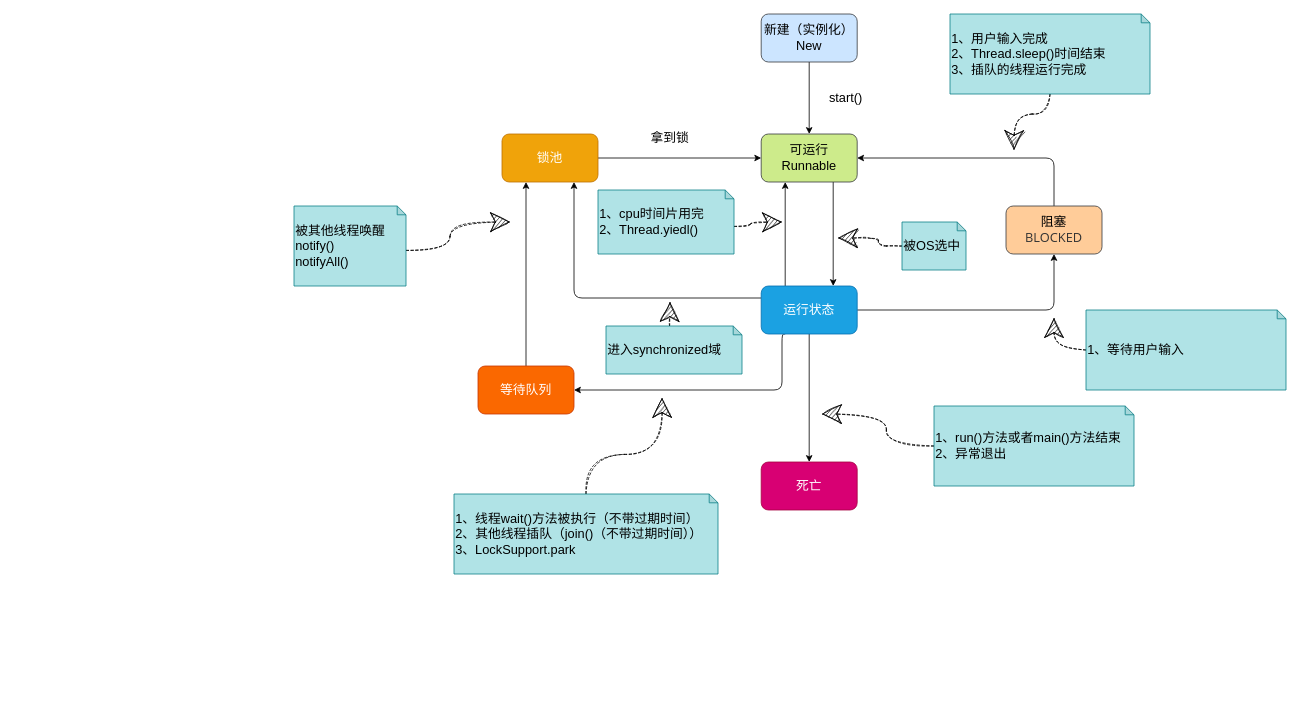
This is 图表文件/多线程/线程状态转换.drawio from Syske/person-learning-note, a draw.io file, before an edit. Source tidied: cells renumbered, new cells numbered last; positions are measured from the earlier drawing's top-left corner, leaving out a move shared by most shapes. Both pictures are drawn from the tidied source at 80%, with x=0, y=0 at pixel (294, 14).
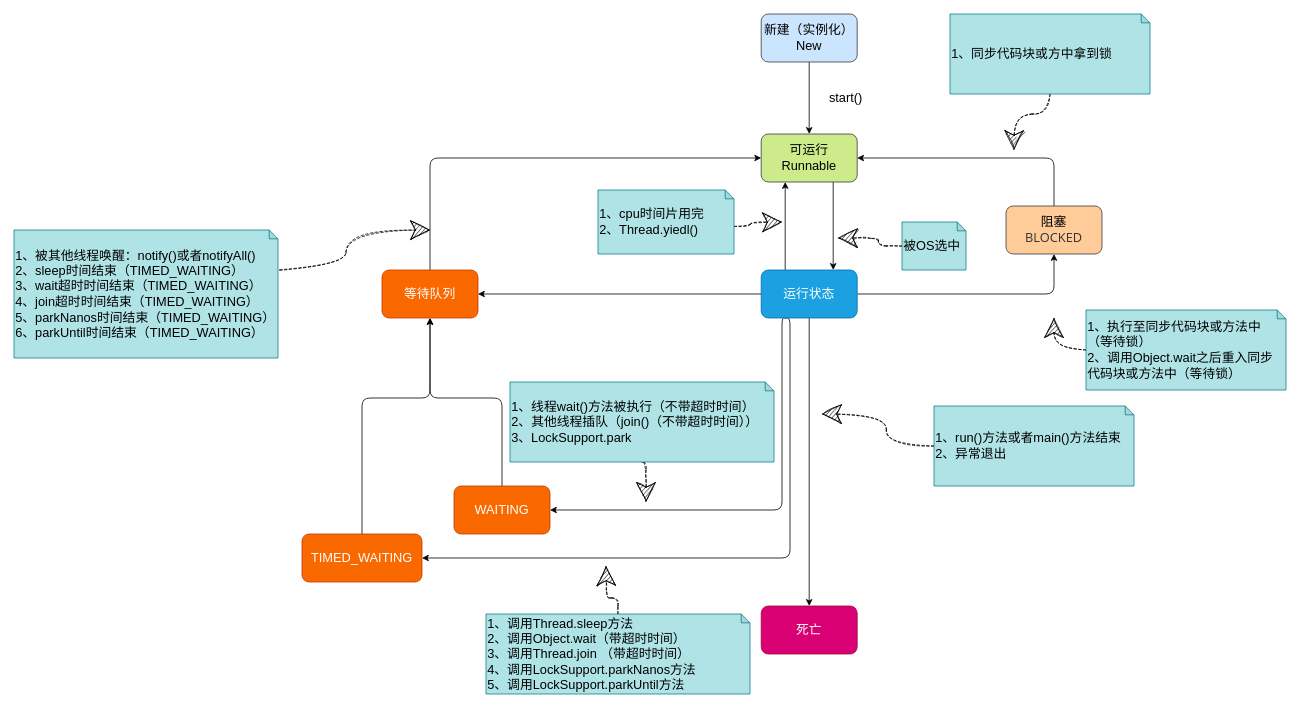
The same diagram, later.

Commit message (it also covers changes not shown here):
update note about thread

The change refers to these unchanged cells:
```xml
<mxCell id="5" value="可运行&lt;br&gt;Runnable" style="rounded=1;whiteSpace=wrap;html=1;fontSize=16;fillColor=#cdeb8b;strokeColor=#36393d;" parent="1" vertex="1">
  <mxGeometry x="584" y="150" width="120" height="60" as="geometry" />
</mxCell>
```

The edit, as a diff of the source:
```diff
@@
-    <mxCell id="6" style="edgeStyle=orthogonalEdgeStyle;rounded=0;jettySize=auto;html=1;exitX=1;exitY=0.5;exitDx=0;exitDy=0;entryX=0;entryY=0.5;entryDx=0;entryDy=0;fontSize=16;" parent="1" edge="1" source="7" target="5">
-      <mxGeometry relative="1" as="geometry" />
-    </mxCell>
-    <mxCell id="7" value="锁池" style="rounded=1;whiteSpace=wrap;html=1;fontSize=16;fillColor=#f0a30a;strokeColor=#BD7000;fontColor=#FFFFFF;" parent="1" vertex="1">
-      <mxGeometry x="260" y="150" width="120" height="60" as="geometry" />
-    </mxCell>
-    <mxCell id="8" style="edgeStyle=orthogonalEdgeStyle;rounded=1;jettySize=auto;html=1;exitX=0.5;exitY=0;exitDx=0;exitDy=0;entryX=0.25;entryY=1;entryDx=0;entryDy=0;fontSize=16;" parent="1" edge="1" source="9" target="7">
+    <mxCell id="8" style="edgeStyle=orthogonalEdgeStyle;rounded=1;jettySize=auto;html=1;exitX=0.5;exitY=0;exitDx=0;exitDy=0;entryX=0;entryY=0.5;entryDx=0;entryDy=0;fontSize=16;" parent="1" edge="1" source="9" target="5">
       <mxGeometry relative="1" as="geometry" />
     </mxCell>
     <mxCell id="9" value="等待队列" style="rounded=1;whiteSpace=wrap;html=1;fontSize=16;fillColor=#fa6800;strokeColor=#C73500;fontColor=#FFFFFF;" parent="1" vertex="1">
-      <mxGeometry x="230" y="440" width="120" height="60" as="geometry" />
+      <mxGeometry x="110" y="320" width="120" height="60" as="geometry" />
     </mxCell>
@@
-    <mxCell id="12" style="edgeStyle=orthogonalEdgeStyle;rounded=1;jettySize=auto;html=1;exitX=0.25;exitY=1;exitDx=0;exitDy=0;fontSize=16;entryX=1;entryY=0.5;entryDx=0;entryDy=0;" parent="1" edge="1" source="15" target="9">
+    <mxCell id="12" style="edgeStyle=orthogonalEdgeStyle;rounded=1;jettySize=auto;html=1;exitX=0.25;exitY=1;exitDx=0;exitDy=0;fontSize=16;entryX=1;entryY=0.5;entryDx=0;entryDy=0;" parent="1" edge="1" source="15" target="40">
       <mxGeometry relative="1" as="geometry">
         <Array as="points">
-          <mxPoint x="610" y="400" />
-          <mxPoint x="610" y="470" />
+          <mxPoint x="610" y="380" />
+          <mxPoint x="610" y="620" />
         </Array>
       </mxGeometry>
     </mxCell>
-    <mxCell id="13" style="rounded=1;jettySize=auto;html=1;exitX=0;exitY=0.25;exitDx=0;exitDy=0;entryX=0.75;entryY=1;entryDx=0;entryDy=0;fontSize=16;sketch=0;edgeStyle=orthogonalEdgeStyle;jumpStyle=arc;" parent="1" edge="1" source="15" target="7">
+    <mxCell id="13" style="rounded=1;jettySize=auto;html=1;exitX=0;exitY=0.5;exitDx=0;exitDy=0;fontSize=16;sketch=0;edgeStyle=orthogonalEdgeStyle;jumpStyle=arc;" parent="1" edge="1" source="15" target="9">
       <mxGeometry relative="1" as="geometry" />
     </mxCell>
@@
+    <mxCell id="37" style="edgeStyle=orthogonalEdgeStyle;rounded=1;jettySize=auto;html=1;exitX=0.25;exitY=1;exitDx=0;exitDy=0;entryX=1;entryY=0.5;entryDx=0;entryDy=0;" parent="1" edge="1" source="15" target="42">
+      <mxGeometry relative="1" as="geometry">
+        <Array as="points">
+          <mxPoint x="620" y="380" />
+          <mxPoint x="620" y="680" />
+        </Array>
+      </mxGeometry>
+    </mxCell>
     <mxCell id="15" value="运行状态" style="rounded=1;whiteSpace=wrap;html=1;fontSize=16;fillColor=#1ba1e2;strokeColor=#006EAF;fontColor=#ffffff;" parent="1" vertex="1">
-      <mxGeometry x="584" y="340" width="120" height="60" as="geometry" />
+      <mxGeometry x="584" y="320" width="120" height="60" as="geometry" />
     </mxCell>
     <mxCell id="16" value="死亡&lt;br&gt;" style="rounded=1;whiteSpace=wrap;html=1;fontSize=16;fillColor=#d80073;fontColor=#ffffff;strokeColor=#A50040;" parent="1" vertex="1">
-      <mxGeometry x="584" y="560" width="120" height="60" as="geometry" />
+      <mxGeometry x="584" y="740" width="120" height="60" as="geometry" />
     </mxCell>
@@
-    <mxCell id="20" value="拿到锁" style="text;html=1;strokeColor=none;fillColor=none;align=center;verticalAlign=middle;whiteSpace=wrap;rounded=0;fontSize=16;" parent="1" vertex="1">
-      <mxGeometry x="440" y="140" width="60" height="30" as="geometry" />
-    </mxCell>
     <mxCell id="21" style="edgeStyle=orthogonalEdgeStyle;rounded=1;jettySize=auto;html=1;exitX=0;exitY=0;exitDx=140;exitDy=55.5;exitPerimeter=0;dashed=1;curved=1;sketch=1;endSize=22;" parent="1" edge="1" source="22">
       <mxGeometry relative="1" as="geometry">
-        <mxPoint x="270" y="260" as="targetPoint" />
+        <mxPoint x="170" y="270" as="targetPoint" />
       </mxGeometry>
     </mxCell>
-    <mxCell id="22" value="&lt;span style=&quot;font-size: 16px&quot;&gt;被其他线程唤醒&lt;/span&gt;&lt;br style=&quot;font-size: 16px&quot;&gt;&lt;span style=&quot;font-size: 16px&quot;&gt;notify()&lt;/span&gt;&lt;br style=&quot;font-size: 16px&quot;&gt;&lt;span style=&quot;font-size: 16px&quot;&gt;notifyAll()&lt;/span&gt;" style="shape=note;whiteSpace=wrap;html=1;backgroundOutline=1;darkOpacity=0.05;labelBackgroundColor=none;align=left;size=11;fillColor=#b0e3e6;strokeColor=#0e8088;" parent="1" vertex="1">
-      <mxGeometry y="240" width="140" height="100" as="geometry" />
+    <mxCell id="22" value="&lt;span style=&quot;font-size: 16px&quot;&gt;1、被其他线程唤醒&lt;/span&gt;&lt;span style=&quot;font-size: 16px&quot;&gt;：notify()或者&lt;/span&gt;&lt;span style=&quot;font-size: 16px&quot;&gt;notifyAll()&lt;br&gt;2、sleep时间结束（&lt;/span&gt;&lt;span style=&quot;font-size: 12pt; text-align: center;&quot;&gt;TIMED_WAITING&lt;/span&gt;&lt;span style=&quot;font-size: 16px&quot;&gt;）&lt;/span&gt;&lt;br&gt;&lt;span style=&quot;font-size: 16px&quot;&gt;3、wait超时时间结束（&lt;/span&gt;&lt;span style=&quot;font-size: 12pt; text-align: center;&quot;&gt;TIMED_WAITING&lt;/span&gt;&lt;span style=&quot;font-size: 16px&quot;&gt;）&lt;/span&gt;&lt;br&gt;&lt;span style=&quot;font-size: 16px&quot;&gt;4、join超时时间结束（&lt;/span&gt;&lt;span style=&quot;font-size: 12pt; text-align: center;&quot;&gt;TIMED_WAITING&lt;/span&gt;&lt;span style=&quot;font-size: 16px&quot;&gt;）&lt;/span&gt;&lt;br&gt;&lt;span style=&quot;font-size: 16px&quot;&gt;5、parkNanos时间结束（&lt;/span&gt;&lt;span style=&quot;font-size: 12pt; text-align: center;&quot;&gt;TIMED_WAITING&lt;/span&gt;&lt;span style=&quot;font-size: 16px&quot;&gt;）&lt;/span&gt;&lt;br&gt;&lt;span style=&quot;font-size: 16px&quot;&gt;6、parkUntil时间结束（&lt;/span&gt;&lt;span style=&quot;font-size: 12pt; text-align: center;&quot;&gt;TIMED_WAITING&lt;/span&gt;&lt;span style=&quot;font-size: 16px&quot;&gt;）&lt;/span&gt;" style="shape=note;whiteSpace=wrap;html=1;backgroundOutline=1;darkOpacity=0.05;labelBackgroundColor=none;align=left;size=11;fillColor=#b0e3e6;strokeColor=#0e8088;fontColor=default;" parent="1" vertex="1">
+      <mxGeometry x="-350" y="270" width="330" height="160" as="geometry" />
     </mxCell>
@@
-    <mxCell id="26" value="&lt;span style=&quot;font-size: 16px&quot;&gt;1、等待用户输入&lt;/span&gt;" style="shape=note;whiteSpace=wrap;html=1;backgroundOutline=1;darkOpacity=0.05;labelBackgroundColor=none;align=left;size=11;fillColor=#b0e3e6;strokeColor=#0e8088;" parent="1" vertex="1">
+    <mxCell id="26" value="&lt;span style=&quot;font-size: 16px&quot;&gt;1、执行至同步代码块或方法中（等待锁）&lt;br&gt;2、调用Object.wait之后重入同步代码块或方法中（等待锁）&lt;br&gt;&lt;/span&gt;" style="shape=note;whiteSpace=wrap;html=1;backgroundOutline=1;darkOpacity=0.05;labelBackgroundColor=none;align=left;size=11;fillColor=#b0e3e6;strokeColor=#0e8088;" parent="1" vertex="1">
       <mxGeometry x="990" y="370" width="250" height="100" as="geometry" />
     </mxCell>
@@
-    <mxCell id="28" value="&lt;span style=&quot;font-size: 16px&quot;&gt;1、用户输入完成&lt;/span&gt;&lt;br style=&quot;font-size: 16px&quot;&gt;&lt;span style=&quot;font-size: 16px&quot;&gt;2、Thread.sleep()时间结束&lt;/span&gt;&lt;br style=&quot;font-size: 16px&quot;&gt;&lt;span style=&quot;font-size: 16px&quot;&gt;3、插队的线程运行完成&lt;/span&gt;" style="shape=note;whiteSpace=wrap;html=1;backgroundOutline=1;darkOpacity=0.05;labelBackgroundColor=none;align=left;size=11;fillColor=#b0e3e6;strokeColor=#0e8088;" parent="1" vertex="1">
+    <mxCell id="28" value="&lt;span style=&quot;font-size: 16px&quot;&gt;1、同步代码块或方中拿到锁&lt;/span&gt;" style="shape=note;whiteSpace=wrap;html=1;backgroundOutline=1;darkOpacity=0.05;labelBackgroundColor=none;align=left;size=11;fillColor=#b0e3e6;strokeColor=#0e8088;" parent="1" vertex="1">
       <mxGeometry x="820" width="250" height="100" as="geometry" />
     </mxCell>
@@
-    <mxCell id="31" style="edgeStyle=orthogonalEdgeStyle;rounded=1;sketch=1;jettySize=auto;html=1;exitX=0.5;exitY=0;exitDx=0;exitDy=0;exitPerimeter=0;dashed=1;endSize=22;curved=1;" parent="1" edge="1" source="32">
-      <mxGeometry relative="1" as="geometry">
-        <mxPoint x="460" y="480" as="targetPoint" />
-      </mxGeometry>
-    </mxCell>
+    <mxCell id="38" style="edgeStyle=orthogonalEdgeStyle;rounded=1;jettySize=auto;html=1;exitX=0.5;exitY=1;exitDx=0;exitDy=0;exitPerimeter=0;fontColor=#FFFFFF;endArrow=classic;endFill=1;endSize=22;sketch=1;dashed=1;" parent="1" edge="1" source="32">
+      <mxGeometry relative="1" as="geometry">
+        <mxPoint x="440" y="610" as="targetPoint" />
+      </mxGeometry>
+    </mxCell>
-    <mxCell id="32" value="&lt;span style=&quot;font-size: 16px&quot;&gt;1、线程&lt;/span&gt;&lt;span style=&quot;font-size: 16px ; text-align: center&quot;&gt;wait()方法被执行&lt;/span&gt;&lt;span style=&quot;font-size: 16px ; text-align: center&quot;&gt;（不带过期时间）&lt;/span&gt;&lt;span style=&quot;font-size: 16px ; text-align: center&quot;&gt;&lt;br&gt;&lt;/span&gt;&lt;span style=&quot;font-size: 16px&quot;&gt;2&lt;/span&gt;&lt;span style=&quot;font-size: 16px&quot;&gt;、其他线程插队（join()&lt;/span&gt;&lt;span style=&quot;font-size: 16px ; text-align: center&quot;&gt;（不带过期时间）&lt;/span&gt;&lt;span style=&quot;font-size: 16px&quot;&gt;）&lt;/span&gt;&lt;br&gt;&lt;span style=&quot;font-size: 16px&quot;&gt;3、LockSupport.park&lt;/span&gt;&lt;span style=&quot;font-size: 16px ; text-align: center&quot;&gt;&lt;br&gt;&lt;/span&gt;" style="shape=note;whiteSpace=wrap;html=1;backgroundOutline=1;darkOpacity=0.05;labelBackgroundColor=none;align=left;size=11;fillColor=#b0e3e6;strokeColor=#0e8088;" parent="1" vertex="1">
-      <mxGeometry x="200" y="600" width="330" height="100" as="geometry" />
+    <mxCell id="32" value="&lt;span style=&quot;font-size: 16px&quot;&gt;1、线程&lt;/span&gt;&lt;span style=&quot;font-size: 16px ; text-align: center&quot;&gt;wait()方法被执行&lt;/span&gt;&lt;span style=&quot;font-size: 16px ; text-align: center&quot;&gt;（不带超时时间）&lt;/span&gt;&lt;span style=&quot;font-size: 16px ; text-align: center&quot;&gt;&lt;br&gt;&lt;/span&gt;&lt;span style=&quot;font-size: 16px&quot;&gt;2&lt;/span&gt;&lt;span style=&quot;font-size: 16px&quot;&gt;、其他线程插队（join()&lt;/span&gt;&lt;span style=&quot;font-size: 16px ; text-align: center&quot;&gt;（不带超时时间）&lt;/span&gt;&lt;span style=&quot;font-size: 16px&quot;&gt;）&lt;/span&gt;&lt;br&gt;&lt;span style=&quot;font-size: 16px&quot;&gt;3、LockSupport.park&lt;/span&gt;&lt;span style=&quot;font-size: 16px ; text-align: center&quot;&gt;&lt;br&gt;&lt;/span&gt;" style="shape=note;whiteSpace=wrap;html=1;backgroundOutline=1;darkOpacity=0.05;labelBackgroundColor=none;align=left;size=11;fillColor=#b0e3e6;strokeColor=#0e8088;" parent="1" vertex="1">
+      <mxGeometry x="270" y="460" width="330" height="100" as="geometry" />
     </mxCell>
-    <mxCell id="33" style="edgeStyle=orthogonalEdgeStyle;rounded=1;sketch=1;jettySize=auto;html=1;exitX=0;exitY=0;exitDx=79.5;exitDy=0;exitPerimeter=0;dashed=1;endSize=22;" parent="1" edge="1" source="34">
-      <mxGeometry relative="1" as="geometry">
-        <mxPoint x="470" y="360" as="targetPoint" />
-      </mxGeometry>
-    </mxCell>
-    <mxCell id="34" value="&lt;span style=&quot;font-size: 16px ; text-align: center&quot;&gt;进入synchronized域&lt;/span&gt;" style="shape=note;whiteSpace=wrap;html=1;backgroundOutline=1;darkOpacity=0.05;labelBackgroundColor=none;align=left;size=11;fillColor=#b0e3e6;strokeColor=#0e8088;" parent="1" vertex="1">
-      <mxGeometry x="390" y="390" width="170" height="60" as="geometry" />
-    </mxCell>
@@
+    <mxCell id="39" style="edgeStyle=orthogonalEdgeStyle;rounded=1;sketch=0;jettySize=auto;html=1;exitX=0.5;exitY=0;exitDx=0;exitDy=0;entryX=0.5;entryY=1;entryDx=0;entryDy=0;fontColor=#FFFFFF;endArrow=classic;endFill=1;endSize=6;" parent="1" edge="1" source="40" target="9">
+      <mxGeometry relative="1" as="geometry">
+        <Array as="points">
+          <mxPoint x="260" y="480" />
+          <mxPoint x="170" y="480" />
+        </Array>
+      </mxGeometry>
+    </mxCell>
+    <mxCell id="40" value="WAITING" style="rounded=1;whiteSpace=wrap;html=1;fontSize=16;fillColor=#fa6800;strokeColor=#C73500;fontColor=#FFFFFF;" parent="1" vertex="1">
+      <mxGeometry x="200" y="590" width="120" height="60" as="geometry" />
+    </mxCell>
+    <mxCell id="41" style="edgeStyle=orthogonalEdgeStyle;rounded=1;sketch=0;jettySize=auto;html=1;exitX=0.5;exitY=0;exitDx=0;exitDy=0;entryX=0.5;entryY=1;entryDx=0;entryDy=0;fontColor=#FFFFFF;endArrow=classic;endFill=1;endSize=6;" parent="1" edge="1" source="42" target="9">
+      <mxGeometry relative="1" as="geometry">
+        <Array as="points">
+          <mxPoint x="85" y="480" />
+          <mxPoint x="170" y="480" />
+        </Array>
+      </mxGeometry>
+    </mxCell>
+    <mxCell id="42" value="&lt;pre style=&quot;font-size: 12pt&quot;&gt;&lt;font face=&quot;Helvetica&quot;&gt;TIMED_WAITING&lt;/font&gt;&lt;/pre&gt;" style="rounded=1;whiteSpace=wrap;html=1;fontSize=16;fillColor=#fa6800;strokeColor=#C73500;fontColor=#FFFFFF;" parent="1" vertex="1">
+      <mxGeometry x="10" y="650" width="150" height="60" as="geometry" />
+    </mxCell>
+    <mxCell id="43" style="edgeStyle=orthogonalEdgeStyle;rounded=1;sketch=1;jettySize=auto;html=1;exitX=0.5;exitY=0;exitDx=0;exitDy=0;exitPerimeter=0;dashed=1;fontColor=#FFFFFF;endArrow=classic;endFill=1;endSize=22;" parent="1" edge="1" source="44">
+      <mxGeometry relative="1" as="geometry">
+        <mxPoint x="390" y="690" as="targetPoint" />
+      </mxGeometry>
+    </mxCell>
+    <mxCell id="44" value="&lt;span style=&quot;text-align: center ; font-size: 16px&quot;&gt;&lt;div style=&quot;text-align: left&quot;&gt;1、调用Thread.sleep方法&lt;/div&gt;&lt;div style=&quot;text-align: left&quot;&gt;2、调用&lt;span&gt;Object.wait（带超时时间）&lt;/span&gt;&lt;/div&gt;&lt;div style=&quot;text-align: left&quot;&gt;3、调用Thread.join （带超时时间）&lt;/div&gt;&lt;div style=&quot;text-align: left&quot;&gt;4、调用LockSupport.parkNanos方法&lt;/div&gt;&lt;div style=&quot;text-align: left&quot;&gt;5、调用LockSupport.parkUntil方法&lt;/div&gt;&lt;/span&gt;" style="shape=note;whiteSpace=wrap;html=1;backgroundOutline=1;darkOpacity=0.05;labelBackgroundColor=none;align=left;size=11;fillColor=#b0e3e6;strokeColor=#0e8088;" parent="1" vertex="1">
+      <mxGeometry x="240" y="750" width="330" height="100" as="geometry" />
+    </mxCell>
```
